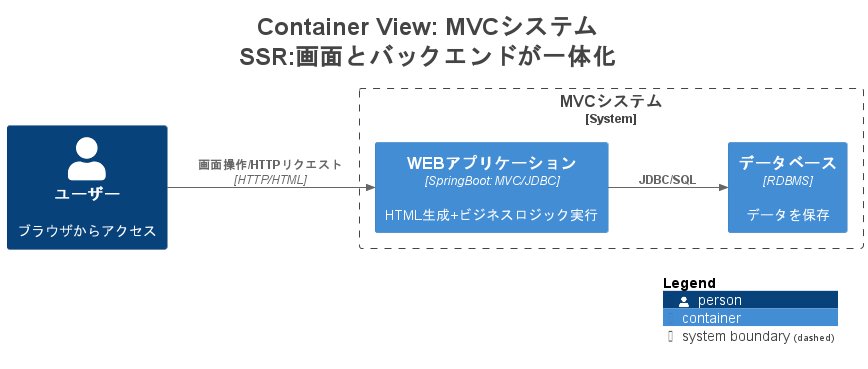
Earlier version of the PlantUML export images/understanding-ssr-vs-restapi/structurizr-SSR-ContainerDiagram.png (kyoya-msi/zenn-content). Its diagram source:
```plantuml
@startuml
title <size:24>Container View: MVCシステム</size>\n<size:24>SSR:画面とバックエンドが一体化</size>

set separator none
left to right direction

<style>
  root {
    BackgroundColor: #ffffff
    FontColor: #444444
  }
</style>

!include <C4/C4>
!include <C4/C4_Context>
!include <C4/C4_Container>

Person(ユーザー, "ユーザー", $descr="ブラウザからアクセス", $tags="", $link="")

System_Boundary("MVCシステム_boundary", "MVCシステム", $tags="") {
  Container(MVCシステム.WEBアプリケーション, "WEBアプリケーション", $techn="SpringBoot: MVC/JDBC", $descr="HTML生成+ビジネスロジック実行", $tags="", $link="")
  Container(MVCシステム.データベース, "データベース", $techn="RDBMS", $descr="データを保存", $tags="", $link="")
}

Rel(MVCシステム.WEBアプリケーション, MVCシステム.データベース, "JDBC/SQL", $techn="", $tags="", $link="")
Rel(ユーザー, MVCシステム.WEBアプリケーション, "画面操作/HTTPリクエスト", $techn="HTTP/HTML", $tags="", $link="")

SHOW_LEGEND(true)
hide stereotypes
@enduml
```
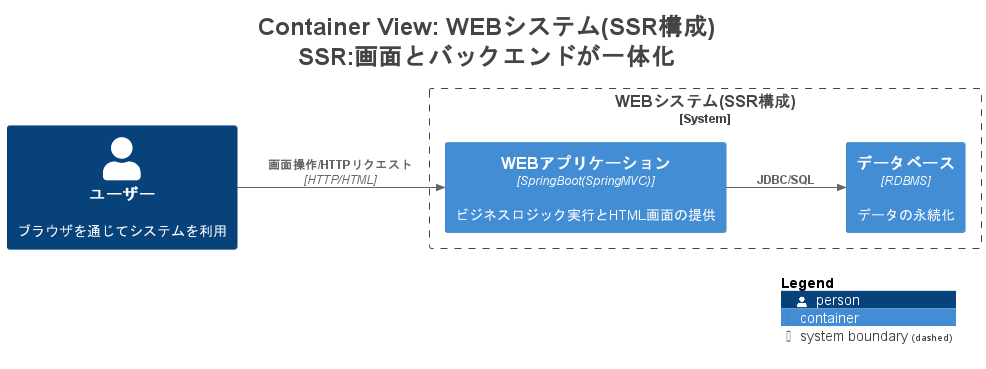
After the change.

What changed in the source:
```diff
@@ -1,5 +1,5 @@
 @startuml
-title <size:24>Container View: MVCシステム</size>\n<size:24>SSR:画面とバックエンドが一体化</size>
+title <size:24>Container View: WEBシステム(SSR構成)</size>\n<size:24>SSR:画面とバックエンドが一体化</size>
 
 set separator none
 left to right direction
@@ -15,15 +15,15 @@
 !include <C4/C4_Context>
 !include <C4/C4_Container>
 
-Person(ユーザー, "ユーザー", $descr="ブラウザからアクセス", $tags="", $link="")
+Person(ユーザー, "ユーザー", $descr="ブラウザを通じてシステムを利用", $tags="", $link="")
 
-System_Boundary("MVCシステム_boundary", "MVCシステム", $tags="") {
-  Container(MVCシステム.WEBアプリケーション, "WEBアプリケーション", $techn="SpringBoot: MVC/JDBC", $descr="HTML生成+ビジネスロジック実行", $tags="", $link="")
-  Container(MVCシステム.データベース, "データベース", $techn="RDBMS", $descr="データを保存", $tags="", $link="")
+System_Boundary("WEBシステムSSR構成_boundary", "WEBシステム(SSR構成)", $tags="") {
+  Container(WEBシステムSSR構成.WEBアプリケーション, "WEBアプリケーション", $techn="SpringBoot(SpringMVC)", $descr="ビジネスロジック実行とHTML画面の提供", $tags="", $link="")
+  Container(WEBシステムSSR構成.データベース, "データベース", $techn="RDBMS", $descr="データの永続化", $tags="", $link="")
 }
 
-Rel(MVCシステム.WEBアプリケーション, MVCシステム.データベース, "JDBC/SQL", $techn="", $tags="", $link="")
-Rel(ユーザー, MVCシステム.WEBアプリケーション, "画面操作/HTTPリクエスト", $techn="HTTP/HTML", $tags="", $link="")
+Rel(WEBシステムSSR構成.WEBアプリケーション, WEBシステムSSR構成.データベース, "JDBC/SQL", $techn="", $tags="", $link="")
+Rel(ユーザー, WEBシステムSSR構成.WEBアプリケーション, "画面操作/HTTPリクエスト", $techn="HTTP/HTML", $tags="", $link="")
 
 SHOW_LEGEND(true)
 hide stereotypes
```
